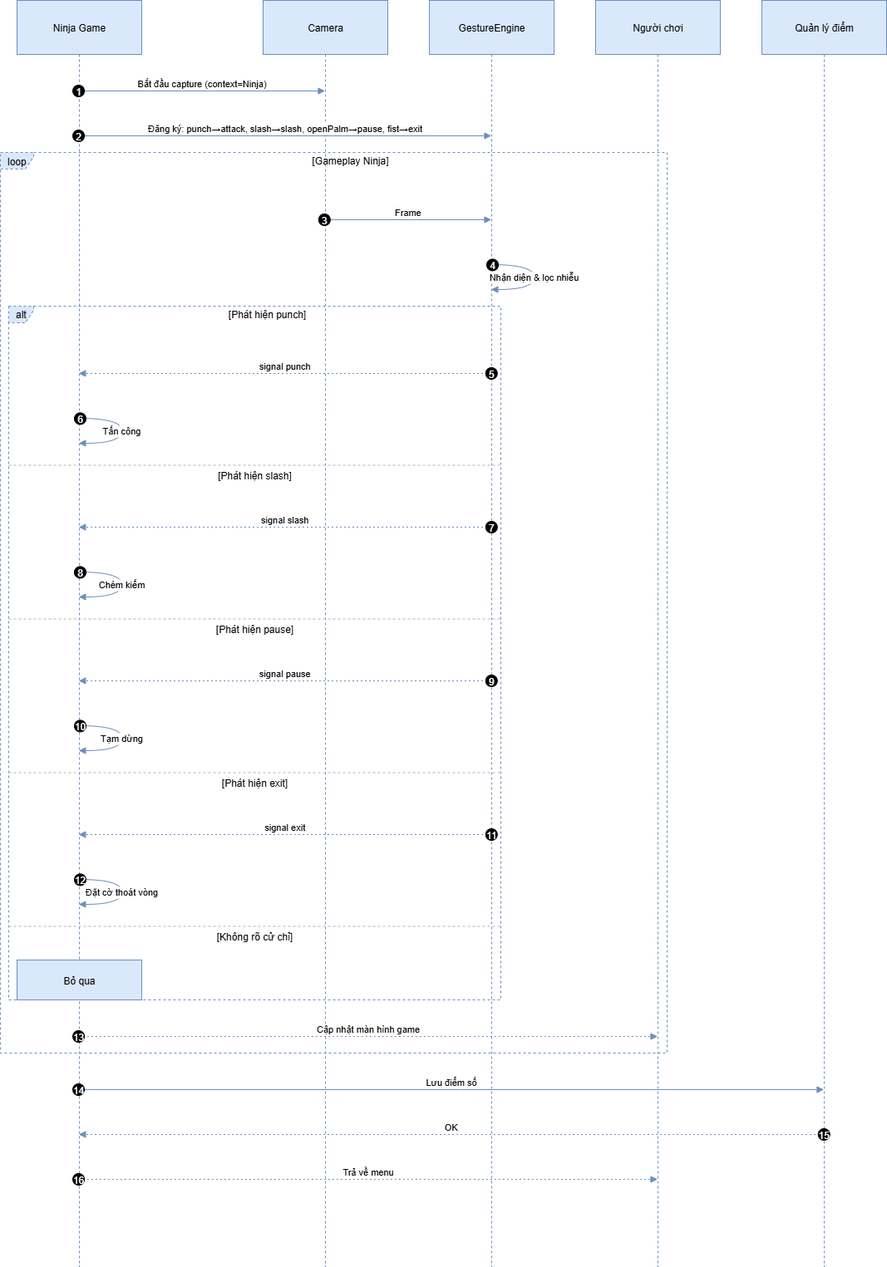
Before: UML/ninja.drawio.png, a diagram exported from draw.io (MinhToan4/BTL_PYTHON). Source tidied: cells renumbered, new cells last; positions are measured from the earlier drawing's top-left corner, leaving out a move shared by most shapes.
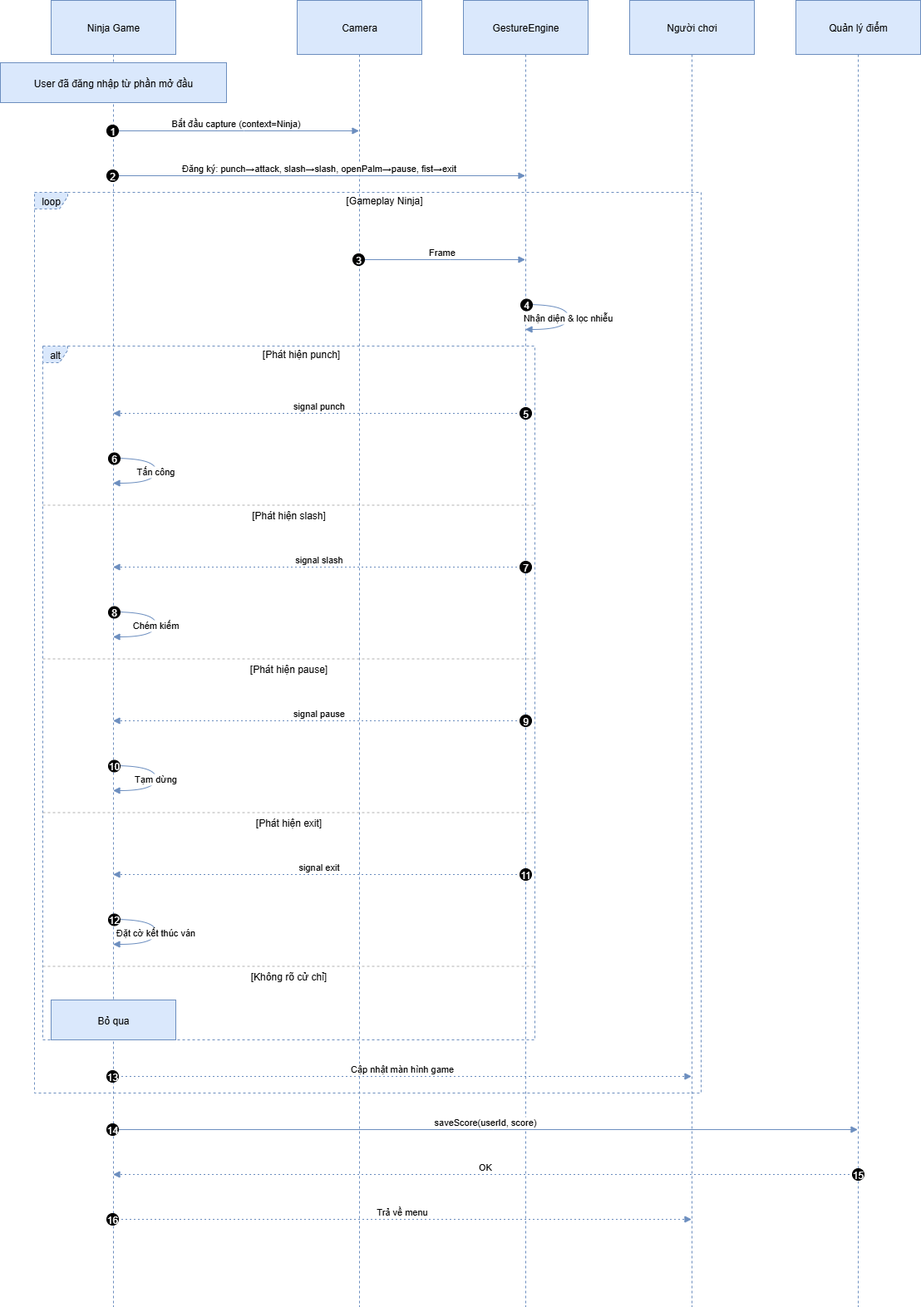
The same diagram one commit later.

Change to the diagram source:
```diff
@@ -3,22 +3,22 @@
     <mxCell id="0" />
     <mxCell id="1" parent="0" />
     <mxCell id="2" value="Ninja Game" style="shape=umlLifeline;perimeter=lifelinePerimeter;whiteSpace=wrap;outlineConnect=0;portConstraint=eastwest;newEdgeStyle={&quot;edgeStyle&quot;:&quot;elbowEdgeStyle&quot;,&quot;elbow&quot;:&quot;vertical&quot;,&quot;curved&quot;:0,&quot;rounded&quot;:0};size=65;fillColor=#dae8fc;strokeColor=#6c8ebf;" parent="1" vertex="1">
-      <mxGeometry x="20" width="150" height="1524" as="geometry" />
+      <mxGeometry x="20" width="150" height="1572" as="geometry" />
     </mxCell>
     <mxCell id="3" value="Camera" style="shape=umlLifeline;perimeter=lifelinePerimeter;whiteSpace=wrap;outlineConnect=0;portConstraint=eastwest;newEdgeStyle={&quot;edgeStyle&quot;:&quot;elbowEdgeStyle&quot;,&quot;elbow&quot;:&quot;vertical&quot;,&quot;curved&quot;:0,&quot;rounded&quot;:0};size=65;fillColor=#dae8fc;strokeColor=#6c8ebf;" parent="1" vertex="1">
-      <mxGeometry x="316" width="150" height="1524" as="geometry" />
+      <mxGeometry x="316" width="150" height="1572" as="geometry" />
     </mxCell>
     <mxCell id="4" value="GestureEngine" style="shape=umlLifeline;perimeter=lifelinePerimeter;whiteSpace=wrap;outlineConnect=0;portConstraint=eastwest;newEdgeStyle={&quot;edgeStyle&quot;:&quot;elbowEdgeStyle&quot;,&quot;elbow&quot;:&quot;vertical&quot;,&quot;curved&quot;:0,&quot;rounded&quot;:0};size=65;fillColor=#dae8fc;strokeColor=#6c8ebf;" parent="1" vertex="1">
-      <mxGeometry x="516" width="150" height="1524" as="geometry" />
+      <mxGeometry x="516" width="150" height="1572" as="geometry" />
     </mxCell>
     <mxCell id="5" value="Người chơi" style="shape=umlLifeline;perimeter=lifelinePerimeter;whiteSpace=wrap;outlineConnect=0;portConstraint=eastwest;newEdgeStyle={&quot;edgeStyle&quot;:&quot;elbowEdgeStyle&quot;,&quot;elbow&quot;:&quot;vertical&quot;,&quot;curved&quot;:0,&quot;rounded&quot;:0};size=65;fillColor=#dae8fc;strokeColor=#6c8ebf;" parent="1" vertex="1">
-      <mxGeometry x="716" width="150" height="1524" as="geometry" />
+      <mxGeometry x="716" width="150" height="1572" as="geometry" />
     </mxCell>
     <mxCell id="6" value="Quản lý điểm" style="shape=umlLifeline;perimeter=lifelinePerimeter;whiteSpace=wrap;outlineConnect=0;portConstraint=eastwest;newEdgeStyle={&quot;edgeStyle&quot;:&quot;elbowEdgeStyle&quot;,&quot;elbow&quot;:&quot;vertical&quot;,&quot;curved&quot;:0,&quot;rounded&quot;:0};size=65;fillColor=#dae8fc;strokeColor=#6c8ebf;" parent="1" vertex="1">
-      <mxGeometry x="916" width="150" height="1524" as="geometry" />
+      <mxGeometry x="916" width="150" height="1572" as="geometry" />
     </mxCell>
-    <mxCell id="7" value="alt" style="shape=umlFrame;dashed=1;strokeColor=#6c8ebf;height=20;width=30;fillColor=#dae8fc;" parent="1" vertex="1">
-      <mxGeometry x="10" y="368" width="592" height="835" as="geometry" />
+    <mxCell id="7" value="alt" style="shape=umlFrame;dashed=1;height=20;width=30;fillColor=#dae8fc;strokeColor=#6c8ebf;" parent="1" vertex="1">
+      <mxGeometry x="10" y="416" width="592" height="835" as="geometry" />
     </mxCell>
     <mxCell id="8" value="[Phát hiện punch]" style="text;strokeColor=none;fillColor=none;align=center;verticalAlign=middle;whiteSpace=wrap;" parent="7" vertex="1">
       <mxGeometry x="30" width="562" height="20" as="geometry" />
@@ -35,8 +35,8 @@
     <mxCell id="12" value="[Không rõ cử chỉ]" style="shape=line;dashed=1;whiteSpace=wrap;verticalAlign=top;labelPosition=center;verticalLabelPosition=middle;align=center;strokeColor=#B3B3B3;" parent="7" vertex="1">
       <mxGeometry y="745" width="592" height="3" as="geometry" />
     </mxCell>
-    <mxCell id="13" value="loop" style="shape=umlFrame;dashed=1;strokeColor=#6c8ebf;height=20;width=40;fillColor=#dae8fc;" parent="1" vertex="1">
-      <mxGeometry y="183" width="802" height="1084" as="geometry" />
+    <mxCell id="13" value="loop" style="shape=umlFrame;dashed=1;height=20;width=40;fillColor=#dae8fc;strokeColor=#6c8ebf;" parent="1" vertex="1">
+      <mxGeometry y="231" width="802" height="1084" as="geometry" />
     </mxCell>
     <mxCell id="14" value="[Gameplay Ninja]" style="text;strokeColor=none;fillColor=none;align=center;verticalAlign=middle;whiteSpace=wrap;" parent="13" vertex="1">
       <mxGeometry x="40" width="762" height="20" as="geometry" />
@@ -44,7 +44,7 @@
     <mxCell id="15" value="Bắt đầu capture (context=Ninja)" style="verticalAlign=bottom;edgeStyle=elbowEdgeStyle;elbow=vertical;curved=0;rounded=0;endArrow=block;fillColor=#dae8fc;strokeColor=#6c8ebf;" parent="1" edge="1" source="2" target="3">
       <mxGeometry relative="1" as="geometry">
         <Array as="points">
-          <mxPoint x="252" y="109" />
+          <mxPoint x="252" y="157" />
         </Array>
       </mxGeometry>
     </mxCell>
@@ -56,7 +56,7 @@
     <mxCell id="17" value="Đăng ký: punch→attack, slash→slash, openPalm→pause, fist→exit" style="verticalAlign=bottom;edgeStyle=elbowEdgeStyle;elbow=vertical;curved=0;rounded=0;endArrow=block;fillColor=#dae8fc;strokeColor=#6c8ebf;" parent="1" edge="1" source="2" target="4">
       <mxGeometry relative="1" as="geometry">
         <Array as="points">
-          <mxPoint x="352" y="163" />
+          <mxPoint x="352" y="211" />
         </Array>
       </mxGeometry>
     </mxCell>
@@ -68,7 +68,7 @@
     <mxCell id="19" value="Frame" style="verticalAlign=bottom;edgeStyle=elbowEdgeStyle;elbow=vertical;curved=0;rounded=0;endArrow=block;fillColor=#dae8fc;strokeColor=#6c8ebf;" parent="1" edge="1" source="3" target="4">
       <mxGeometry relative="1" as="geometry">
         <Array as="points">
-          <mxPoint x="500" y="264" />
+          <mxPoint x="500" y="312" />
         </Array>
       </mxGeometry>
     </mxCell>
@@ -80,8 +80,8 @@
     <mxCell id="21" value="Nhận diện &amp; lọc nhiễu" style="curved=1;endArrow=block;rounded=0;fillColor=#dae8fc;strokeColor=#6c8ebf;" parent="1" edge="1" source="4" target="4">
       <mxGeometry relative="1" as="geometry">
         <Array as="points">
-          <mxPoint x="642" y="318" />
-          <mxPoint x="642" y="348" />
+          <mxPoint x="642" y="366" />
+          <mxPoint x="642" y="396" />
         </Array>
       </mxGeometry>
     </mxCell>
@@ -93,7 +93,7 @@
     <mxCell id="23" value="signal punch" style="verticalAlign=bottom;edgeStyle=elbowEdgeStyle;elbow=vertical;curved=0;rounded=0;dashed=1;dashPattern=2 3;endArrow=block;fillColor=#dae8fc;strokeColor=#6c8ebf;" parent="1" edge="1" source="4" target="2">
       <mxGeometry relative="1" as="geometry">
         <Array as="points">
-          <mxPoint x="355" y="449" />
+          <mxPoint x="355" y="497" />
         </Array>
       </mxGeometry>
     </mxCell>
@@ -105,8 +105,8 @@
     <mxCell id="25" value="Tấn công" style="curved=1;endArrow=block;rounded=0;fillColor=#dae8fc;strokeColor=#6c8ebf;" parent="1" edge="1" source="2" target="2">
       <mxGeometry relative="1" as="geometry">
         <Array as="points">
-          <mxPoint x="146" y="503" />
-          <mxPoint x="146" y="533" />
+          <mxPoint x="146" y="551" />
+          <mxPoint x="146" y="581" />
         </Array>
       </mxGeometry>
     </mxCell>
@@ -118,7 +118,7 @@
     <mxCell id="27" value="signal slash" style="verticalAlign=bottom;edgeStyle=elbowEdgeStyle;elbow=vertical;curved=0;rounded=0;dashed=1;dashPattern=2 3;endArrow=block;fillColor=#dae8fc;strokeColor=#6c8ebf;" parent="1" edge="1" source="4" target="2">
       <mxGeometry relative="1" as="geometry">
         <Array as="points">
-          <mxPoint x="355" y="634" />
+          <mxPoint x="355" y="682" />
         </Array>
       </mxGeometry>
     </mxCell>
@@ -130,8 +130,8 @@
     <mxCell id="29" value="Chém kiếm" style="curved=1;endArrow=block;rounded=0;fillColor=#dae8fc;strokeColor=#6c8ebf;" parent="1" edge="1" source="2" target="2">
       <mxGeometry relative="1" as="geometry">
         <Array as="points">
-          <mxPoint x="146" y="688" />
-          <mxPoint x="146" y="718" />
+          <mxPoint x="146" y="736" />
+          <mxPoint x="146" y="766" />
         </Array>
       </mxGeometry>
     </mxCell>
@@ -143,7 +143,7 @@
     <mxCell id="31" value="signal pause" style="verticalAlign=bottom;edgeStyle=elbowEdgeStyle;elbow=vertical;curved=0;rounded=0;dashed=1;dashPattern=2 3;endArrow=block;fillColor=#dae8fc;strokeColor=#6c8ebf;" parent="1" edge="1" source="4" target="2">
       <mxGeometry relative="1" as="geometry">
         <Array as="points">
-          <mxPoint x="355" y="819" />
+          <mxPoint x="355" y="867" />
         </Array>
       </mxGeometry>
     </mxCell>
@@ -155,8 +155,8 @@
     <mxCell id="33" value="Tạm dừng" style="curved=1;endArrow=block;rounded=0;fillColor=#dae8fc;strokeColor=#6c8ebf;" parent="1" edge="1" source="2" target="2">
       <mxGeometry relative="1" as="geometry">
         <Array as="points">
-          <mxPoint x="146" y="873" />
-          <mxPoint x="146" y="903" />
+          <mxPoint x="146" y="921" />
+          <mxPoint x="146" y="951" />
         </Array>
       </mxGeometry>
     </mxCell>
@@ -168,7 +168,7 @@
     <mxCell id="35" value="signal exit" style="verticalAlign=bottom;edgeStyle=elbowEdgeStyle;elbow=vertical;curved=0;rounded=0;dashed=1;dashPattern=2 3;endArrow=block;fillColor=#dae8fc;strokeColor=#6c8ebf;" parent="1" edge="1" source="4" target="2">
       <mxGeometry relative="1" as="geometry">
         <Array as="points">
-          <mxPoint x="355" y="1004" />
+          <mxPoint x="355" y="1052" />
         </Array>
       </mxGeometry>
     </mxCell>
@@ -177,11 +177,11 @@
         <mxPoint x="241.5" y="-7" as="offset" />
       </mxGeometry>
     </mxCell>
-    <mxCell id="37" value="Đặt cờ thoát vòng" style="curved=1;endArrow=block;rounded=0;fillColor=#dae8fc;strokeColor=#6c8ebf;" parent="1" edge="1" source="2" target="2">
+    <mxCell id="37" value="Đặt cờ kết thúc ván" style="curved=1;endArrow=block;rounded=0;fillColor=#dae8fc;strokeColor=#6c8ebf;" parent="1" edge="1" source="2" target="2">
       <mxGeometry relative="1" as="geometry">
         <Array as="points">
-          <mxPoint x="146" y="1058" />
-          <mxPoint x="146" y="1088" />
+          <mxPoint x="146" y="1106" />
+          <mxPoint x="146" y="1136" />
         </Array>
       </mxGeometry>
     </mxCell>
@@ -193,7 +193,7 @@
     <mxCell id="39" value="Cập nhật màn hình game" style="verticalAlign=bottom;edgeStyle=elbowEdgeStyle;elbow=vertical;curved=0;rounded=0;dashed=1;dashPattern=2 3;endArrow=block;fillColor=#dae8fc;strokeColor=#6c8ebf;" parent="1" edge="1" source="2" target="5">
       <mxGeometry relative="1" as="geometry">
         <Array as="points">
-          <mxPoint x="452" y="1247" />
+          <mxPoint x="452" y="1295" />
         </Array>
       </mxGeometry>
     </mxCell>
@@ -202,10 +202,10 @@
         <mxPoint x="-355.5" y="-7" as="offset" />
       </mxGeometry>
     </mxCell>
-    <mxCell id="41" value="Lưu điểm số" style="verticalAlign=bottom;edgeStyle=elbowEdgeStyle;elbow=vertical;curved=0;rounded=0;endArrow=block;fillColor=#dae8fc;strokeColor=#6c8ebf;" parent="1" edge="1" source="2" target="6">
+    <mxCell id="41" value="saveScore(userId, score)" style="verticalAlign=bottom;edgeStyle=elbowEdgeStyle;elbow=vertical;curved=0;rounded=0;endArrow=block;fillColor=#dae8fc;strokeColor=#6c8ebf;" parent="1" edge="1" source="2" target="6">
       <mxGeometry relative="1" as="geometry">
         <Array as="points">
-          <mxPoint x="552" y="1311" />
+          <mxPoint x="552" y="1359" />
         </Array>
       </mxGeometry>
     </mxCell>
@@ -217,7 +217,7 @@
     <mxCell id="43" value="OK" style="verticalAlign=bottom;edgeStyle=elbowEdgeStyle;elbow=vertical;curved=0;rounded=0;dashed=1;dashPattern=2 3;endArrow=block;fillColor=#dae8fc;strokeColor=#6c8ebf;" parent="1" edge="1" source="6" target="2">
       <mxGeometry relative="1" as="geometry">
         <Array as="points">
-          <mxPoint x="555" y="1365" />
+          <mxPoint x="555" y="1413" />
         </Array>
       </mxGeometry>
     </mxCell>
@@ -229,7 +229,7 @@
     <mxCell id="45" value="Trả về menu" style="verticalAlign=bottom;edgeStyle=elbowEdgeStyle;elbow=vertical;curved=0;rounded=0;dashed=1;dashPattern=2 3;endArrow=block;fillColor=#dae8fc;strokeColor=#6c8ebf;" parent="1" edge="1" source="2" target="5">
       <mxGeometry relative="1" as="geometry">
         <Array as="points">
-          <mxPoint x="452" y="1419" />
+          <mxPoint x="452" y="1467" />
         </Array>
       </mxGeometry>
     </mxCell>
@@ -238,8 +238,11 @@
         <mxPoint x="-355.5" y="-7" as="offset" />
       </mxGeometry>
     </mxCell>
+    <mxCell id="48" value="User đã đăng nhập từ phần mở đầu" style="fillColor=#dae8fc;strokeColor=#6c8ebf;" parent="1" vertex="1">
+      <mxGeometry x="-41" y="75" width="272" height="48" as="geometry" />
+    </mxCell>
     <mxCell id="47" value="Bỏ qua" style="fillColor=#dae8fc;strokeColor=#6c8ebf;" parent="1" vertex="1">
-      <mxGeometry x="20" y="1155" width="150" height="48" as="geometry" />
+      <mxGeometry x="20" y="1203" width="150" height="48" as="geometry" />
     </mxCell>
   </root>
 </mxGraphModel>
```
